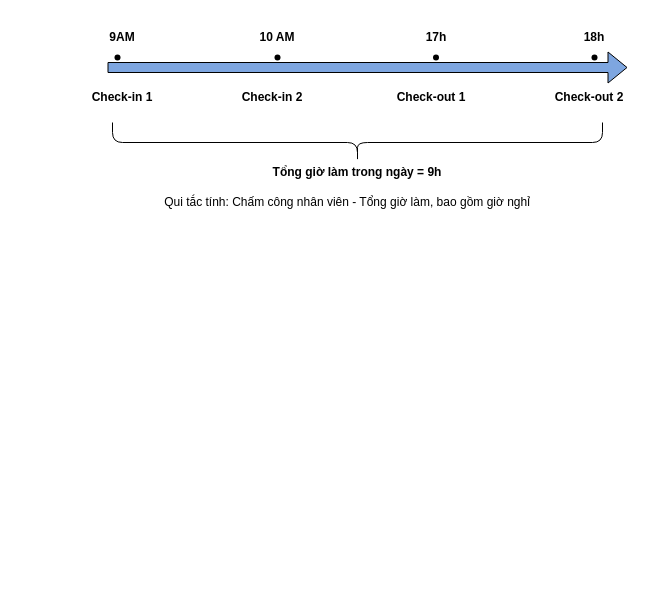
Above: attendance_report_include_off_time.drawio in letrthang/design (draw.io), before the change. Source tidied: cells renumbered, new cells numbered last; positions are measured from the earlier drawing's top-left corner, leaving out a move shared by most shapes. Both pictures are drawn from the tidied source at 100%, with x=0, y=0 at pixel (77, -103).
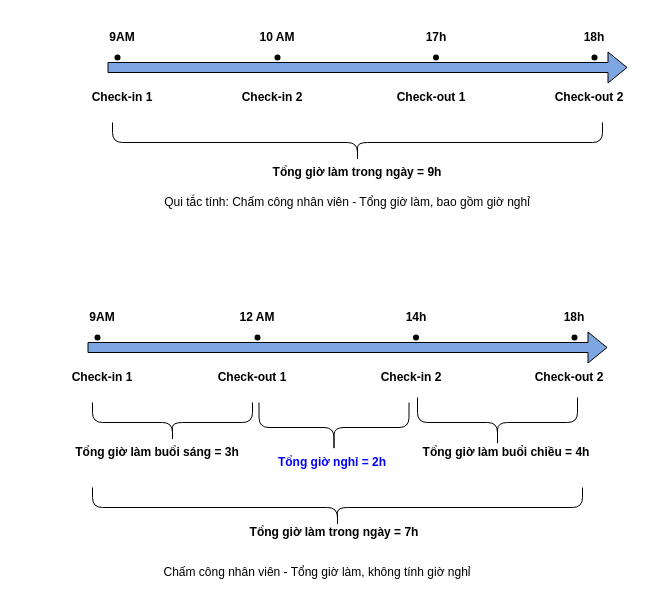
Above is the later version.

Change to the diagram source:
```diff
@@
+    <mxCell id="18" style="shape=flexArrow;endArrow=classic;html=1;rounded=0;fillColor=#7EA6E0;" parent="1" edge="1">
+      <mxGeometry relative="1" as="geometry">
+        <mxPoint x="10" y="450" as="sourcePoint" />
+        <mxPoint x="530" y="450" as="targetPoint" />
+      </mxGeometry>
+    </mxCell>
+    <mxCell id="19" value="Check-in 1" style="text;html=1;strokeColor=none;fillColor=none;align=center;verticalAlign=middle;whiteSpace=wrap;rounded=0;fontStyle=1;" parent="1" vertex="1">
+      <mxGeometry x="-20" y="460" width="90" height="40" as="geometry" />
+    </mxCell>
+    <mxCell id="20" value="9AM" style="text;html=1;strokeColor=none;fillColor=none;align=center;verticalAlign=middle;whiteSpace=wrap;rounded=0;fontStyle=1;" parent="1" vertex="1">
+      <mxGeometry x="-20" y="400" width="90" height="40" as="geometry" />
+    </mxCell>
+    <mxCell id="21" value="Check-out 1" style="text;html=1;strokeColor=none;fillColor=none;align=center;verticalAlign=middle;whiteSpace=wrap;rounded=0;fontStyle=1;" parent="1" vertex="1">
+      <mxGeometry x="130" y="460" width="90" height="40" as="geometry" />
+    </mxCell>
+    <mxCell id="22" value="12 AM" style="text;html=1;strokeColor=none;fillColor=none;align=center;verticalAlign=middle;whiteSpace=wrap;rounded=0;fontStyle=1;" parent="1" vertex="1">
+      <mxGeometry x="135" y="400" width="90" height="40" as="geometry" />
+    </mxCell>
+    <mxCell id="23" value="Check-in 2" style="text;html=1;strokeColor=none;fillColor=none;align=center;verticalAlign=middle;whiteSpace=wrap;rounded=0;fontStyle=1;" parent="1" vertex="1">
+      <mxGeometry x="288.5" y="460" width="90" height="40" as="geometry" />
+    </mxCell>
+    <mxCell id="24" value="14h" style="text;html=1;strokeColor=none;fillColor=none;align=center;verticalAlign=middle;whiteSpace=wrap;rounded=0;fontStyle=1;" parent="1" vertex="1">
+      <mxGeometry x="293.5" y="400" width="90" height="40" as="geometry" />
+    </mxCell>
+    <mxCell id="25" value="Check-out 2" style="text;html=1;strokeColor=none;fillColor=none;align=center;verticalAlign=middle;whiteSpace=wrap;rounded=0;fontStyle=1;" parent="1" vertex="1">
+      <mxGeometry x="447" y="460" width="90" height="40" as="geometry" />
+    </mxCell>
+    <mxCell id="26" value="18h" style="text;html=1;strokeColor=none;fillColor=none;align=center;verticalAlign=middle;whiteSpace=wrap;rounded=0;fontStyle=1;" parent="1" vertex="1">
+      <mxGeometry x="452" y="400" width="90" height="40" as="geometry" />
+    </mxCell>
+    <mxCell id="27" style="shape=waypoint;sketch=0;fillStyle=solid;size=6;fillColor=none;perimeter=centerPerimeter;" parent="1" vertex="1">
+      <mxGeometry x="10" y="430" width="20" height="20" as="geometry" />
+    </mxCell>
+    <mxCell id="28" style="shape=waypoint;sketch=0;fillStyle=solid;size=6;fillColor=none;perimeter=centerPerimeter;" parent="1" vertex="1">
+      <mxGeometry x="170" y="430" width="20" height="20" as="geometry" />
+    </mxCell>
+    <mxCell id="29" style="shape=waypoint;sketch=0;fillStyle=solid;size=6;fillColor=none;perimeter=centerPerimeter;" parent="1" vertex="1">
+      <mxGeometry x="328.5" y="430" width="20" height="20" as="geometry" />
+    </mxCell>
+    <mxCell id="30" style="shape=waypoint;sketch=0;fillStyle=solid;size=6;fillColor=none;perimeter=centerPerimeter;" parent="1" vertex="1">
+      <mxGeometry x="487" y="430" width="20" height="20" as="geometry" />
+    </mxCell>
+    <mxCell id="31" style="shape=curlyBracket;whiteSpace=wrap;html=1;rounded=1;labelPosition=left;verticalLabelPosition=middle;align=right;verticalAlign=middle;rotation=-90;" parent="1" vertex="1">
+      <mxGeometry x="75" y="445" width="40" height="160" as="geometry" />
+    </mxCell>
+    <mxCell id="32" value="&lt;div style=&quot;&quot; data-editor-content=&quot;{&amp;quot;blocks&amp;quot;:[{&amp;quot;key&amp;quot;:&amp;quot;euup2&amp;quot;,&amp;quot;text&amp;quot;:&amp;quot;Tổng giờ làm trong ngày&amp;quot;,&amp;quot;type&amp;quot;:&amp;quot;unstyled&amp;quot;,&amp;quot;depth&amp;quot;:0,&amp;quot;inlineStyleRanges&amp;quot;:[{&amp;quot;offset&amp;quot;:0,&amp;quot;length&amp;quot;:23,&amp;quot;style&amp;quot;:&amp;quot;BOLD&amp;quot;}],&amp;quot;entityRanges&amp;quot;:[],&amp;quot;data&amp;quot;:{}}],&amp;quot;entityMap&amp;quot;:{}}&quot;&gt;Tổng giờ làm trong ngày = 7h&lt;/div&gt;" style="text;html=1;strokeColor=none;fillColor=none;align=center;verticalAlign=middle;whiteSpace=wrap;rounded=0;fontStyle=1;" parent="1" vertex="1">
+      <mxGeometry x="116.5" y="620" width="280" height="30" as="geometry" />
+    </mxCell>
+    <mxCell id="33" value="Chấm công nhân viên - Tổng giờ làm, không tính giờ nghỉ" style="text;html=1;strokeColor=none;fillColor=none;align=center;verticalAlign=middle;whiteSpace=wrap;rounded=0;" parent="1" vertex="1">
+      <mxGeometry y="660" width="480" height="30" as="geometry" />
+    </mxCell>
+    <mxCell id="34" style="shape=curlyBracket;whiteSpace=wrap;html=1;rounded=1;labelPosition=left;verticalLabelPosition=middle;align=right;verticalAlign=middle;rotation=-90;" parent="1" vertex="1">
+      <mxGeometry x="395" y="445" width="50" height="160" as="geometry" />
+    </mxCell>
+    <mxCell id="35" value="&lt;div style=&quot;&quot; data-editor-content=&quot;{&amp;quot;blocks&amp;quot;:[{&amp;quot;key&amp;quot;:&amp;quot;euup2&amp;quot;,&amp;quot;text&amp;quot;:&amp;quot;Tổng giờ làm trong ngày&amp;quot;,&amp;quot;type&amp;quot;:&amp;quot;unstyled&amp;quot;,&amp;quot;depth&amp;quot;:0,&amp;quot;inlineStyleRanges&amp;quot;:[{&amp;quot;offset&amp;quot;:0,&amp;quot;length&amp;quot;:23,&amp;quot;style&amp;quot;:&amp;quot;BOLD&amp;quot;}],&amp;quot;entityRanges&amp;quot;:[],&amp;quot;data&amp;quot;:{}}],&amp;quot;entityMap&amp;quot;:{}}&quot;&gt;Tổng giờ làm buổi chiều = 4h&lt;/div&gt;" style="text;html=1;strokeColor=none;fillColor=none;align=center;verticalAlign=middle;whiteSpace=wrap;rounded=0;fontStyle=1;" parent="1" vertex="1">
+      <mxGeometry x="288.5" y="540" width="280" height="30" as="geometry" />
+    </mxCell>
+    <mxCell id="36" style="shape=curlyBracket;whiteSpace=wrap;html=1;rounded=1;labelPosition=left;verticalLabelPosition=middle;align=right;verticalAlign=middle;rotation=-90;fillColor=#CC0000;" parent="1" vertex="1">
+      <mxGeometry x="231.5" y="455" width="50" height="150" as="geometry" />
+    </mxCell>
+    <mxCell id="37" value="&lt;div style=&quot;&quot; data-editor-content=&quot;{&amp;quot;blocks&amp;quot;:[{&amp;quot;key&amp;quot;:&amp;quot;euup2&amp;quot;,&amp;quot;text&amp;quot;:&amp;quot;Tổng giờ làm trong ngày&amp;quot;,&amp;quot;type&amp;quot;:&amp;quot;unstyled&amp;quot;,&amp;quot;depth&amp;quot;:0,&amp;quot;inlineStyleRanges&amp;quot;:[{&amp;quot;offset&amp;quot;:0,&amp;quot;length&amp;quot;:23,&amp;quot;style&amp;quot;:&amp;quot;BOLD&amp;quot;}],&amp;quot;entityRanges&amp;quot;:[],&amp;quot;data&amp;quot;:{}}],&amp;quot;entityMap&amp;quot;:{}}&quot;&gt;&lt;font color=&quot;#0000ff&quot;&gt;Tổng giờ nghỉ = 2h&lt;/font&gt;&lt;/div&gt;" style="text;html=1;strokeColor=none;fillColor=none;align=center;verticalAlign=middle;whiteSpace=wrap;rounded=0;fontStyle=1;" parent="1" vertex="1">
+      <mxGeometry x="115" y="550" width="280" height="30" as="geometry" />
+    </mxCell>
+    <mxCell id="38" style="shape=curlyBracket;whiteSpace=wrap;html=1;rounded=1;labelPosition=left;verticalLabelPosition=middle;align=right;verticalAlign=middle;rotation=-90;" parent="1" vertex="1">
+      <mxGeometry x="240" y="365" width="40" height="490" as="geometry" />
+    </mxCell>
+    <mxCell id="39" value="&lt;div style=&quot;&quot; data-editor-content=&quot;{&amp;quot;blocks&amp;quot;:[{&amp;quot;key&amp;quot;:&amp;quot;euup2&amp;quot;,&amp;quot;text&amp;quot;:&amp;quot;Tổng giờ làm trong ngày&amp;quot;,&amp;quot;type&amp;quot;:&amp;quot;unstyled&amp;quot;,&amp;quot;depth&amp;quot;:0,&amp;quot;inlineStyleRanges&amp;quot;:[{&amp;quot;offset&amp;quot;:0,&amp;quot;length&amp;quot;:23,&amp;quot;style&amp;quot;:&amp;quot;BOLD&amp;quot;}],&amp;quot;entityRanges&amp;quot;:[],&amp;quot;data&amp;quot;:{}}],&amp;quot;entityMap&amp;quot;:{}}&quot;&gt;Tổng giờ làm buổi sáng = 3h&lt;/div&gt;" style="text;html=1;strokeColor=none;fillColor=none;align=center;verticalAlign=middle;whiteSpace=wrap;rounded=0;fontStyle=1;" parent="1" vertex="1">
+      <mxGeometry x="-60" y="540" width="280" height="30" as="geometry" />
+    </mxCell>
```
